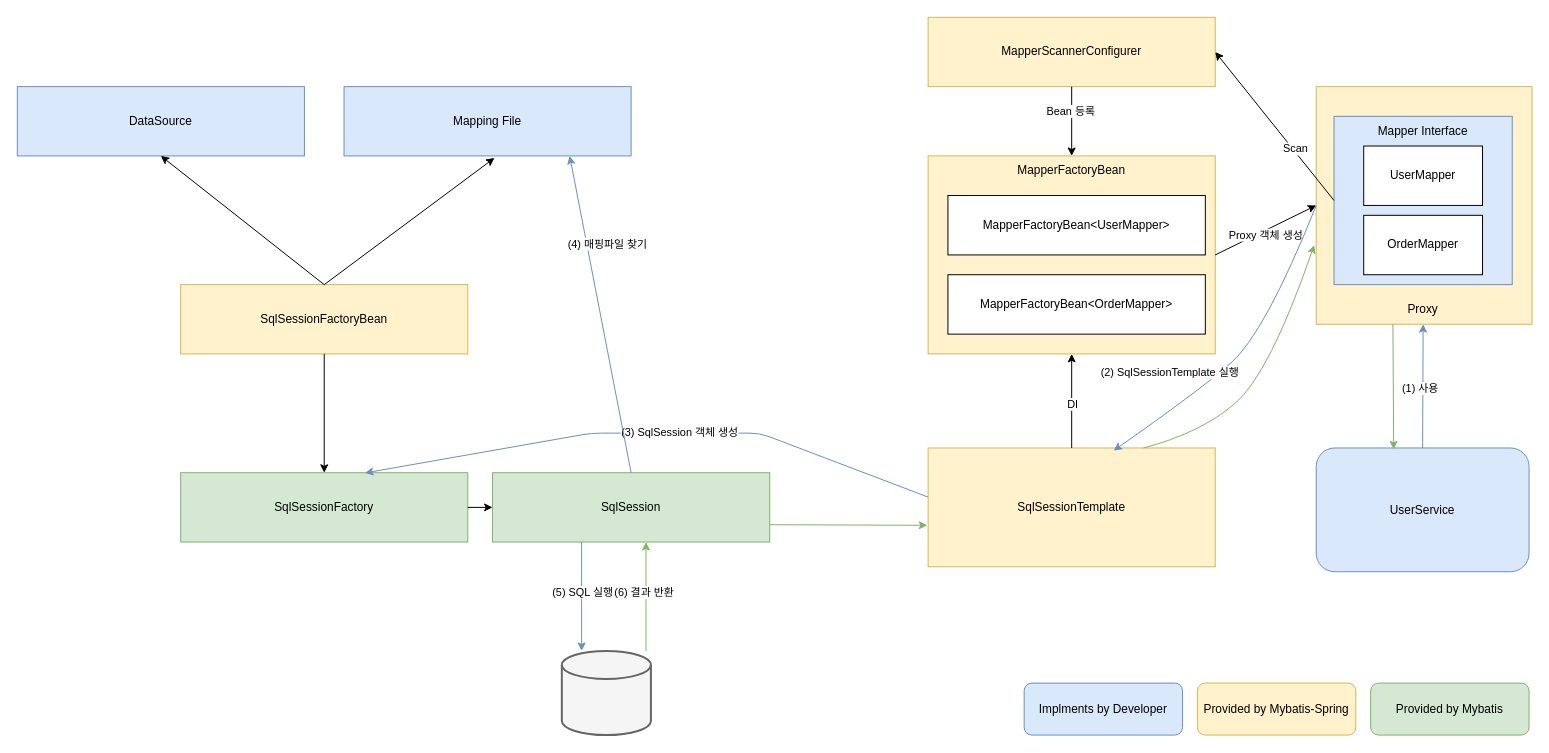
TreeStone94/drawio keeps this draw.io diagram as page "페이지-4" (4 of 5) of architecture/spring-memory.drawio. Above is the earlier version. Source tidied: cells renumbered, new cells numbered last; positions are measured from the earlier drawing's top-left corner, leaving out a move shared by most shapes. Both pictures are drawn from the tidied source at 99%, with x=0, y=0 at pixel (17, 17).
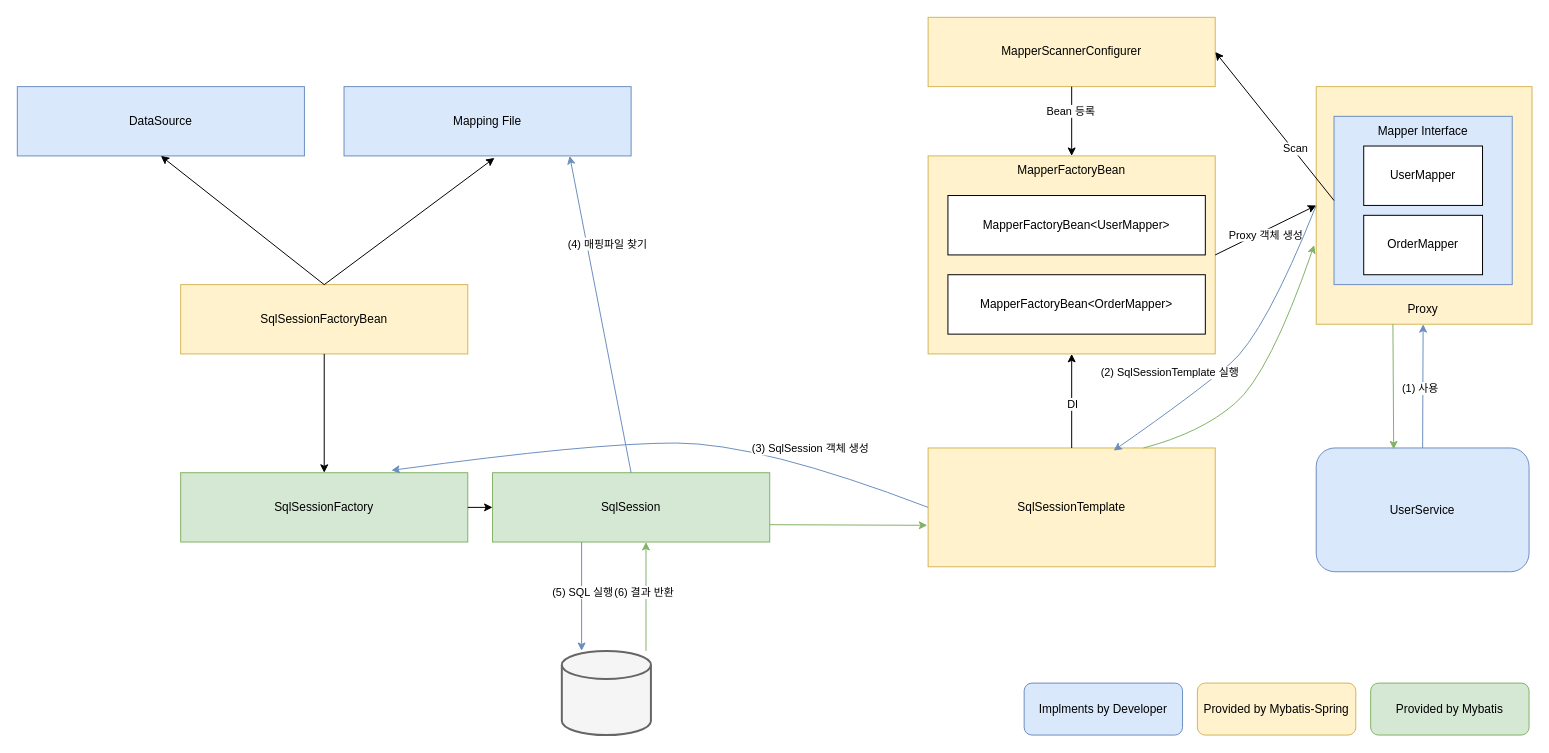
The same page after the edit.

Unchanged cells that the change refers to:
```xml
<mxCell id="4" value="SqlSessionFactory" style="rounded=0;whiteSpace=wrap;html=1;fillColor=#d5e8d4;strokeColor=#82b366;" parent="1" vertex="1">
  <mxGeometry x="165" y="460" width="290" height="70" as="geometry" />
</mxCell>
<mxCell id="5" value="SqlSessionTemplate" style="rounded=0;whiteSpace=wrap;html=1;fillColor=#fff2cc;strokeColor=#d6b656;" parent="1" vertex="1">
  <mxGeometry x="920" y="435" width="290" height="120" as="geometry" />
</mxCell>
```

What changed in the source:
```diff
@@
-    <mxCell id="35" style="endArrow=classic;html=1;rounded=1;exitX=0.517;exitY=0.997;exitDx=0;exitDy=0;exitPerimeter=0;fillColor=#dae8fc;strokeColor=#6c8ebf;curved=0;entryX=0.642;entryY=0.003;entryDx=0;entryDy=0;entryPerimeter=0;" parent="1" edge="1" target="4">
+    <mxCell id="35" style="endArrow=classic;html=1;rounded=0;exitX=0;exitY=0.5;exitDx=0;exitDy=0;fillColor=#dae8fc;strokeColor=#6c8ebf;curved=1;entryX=0.734;entryY=-0.034;entryDx=0;entryDy=0;entryPerimeter=0;" parent="1" edge="1" source="5" target="4">
       <mxGeometry relative="1" as="geometry">
-        <mxPoint x="920" y="484.6" as="sourcePoint" />
         <Array as="points">
-          <mxPoint x="750" y="420" />
-          <mxPoint x="580" y="420" />
+          <mxPoint x="750" y="430" />
+          <mxPoint x="580" y="430" />
         </Array>
       </mxGeometry>
     </mxCell>
     <mxCell id="36" value="(3) SqlSession 객체 생성" style="edgeLabel;html=1;align=center;verticalAlign=middle;" parent="35" vertex="1">
-      <mxGeometry x="-0.1" y="-2" relative="1" as="geometry" />
+      <mxGeometry x="-0.1" y="-2" relative="1" as="geometry">
+        <mxPoint x="118" y="7" as="offset" />
+      </mxGeometry>
     </mxCell>
```
